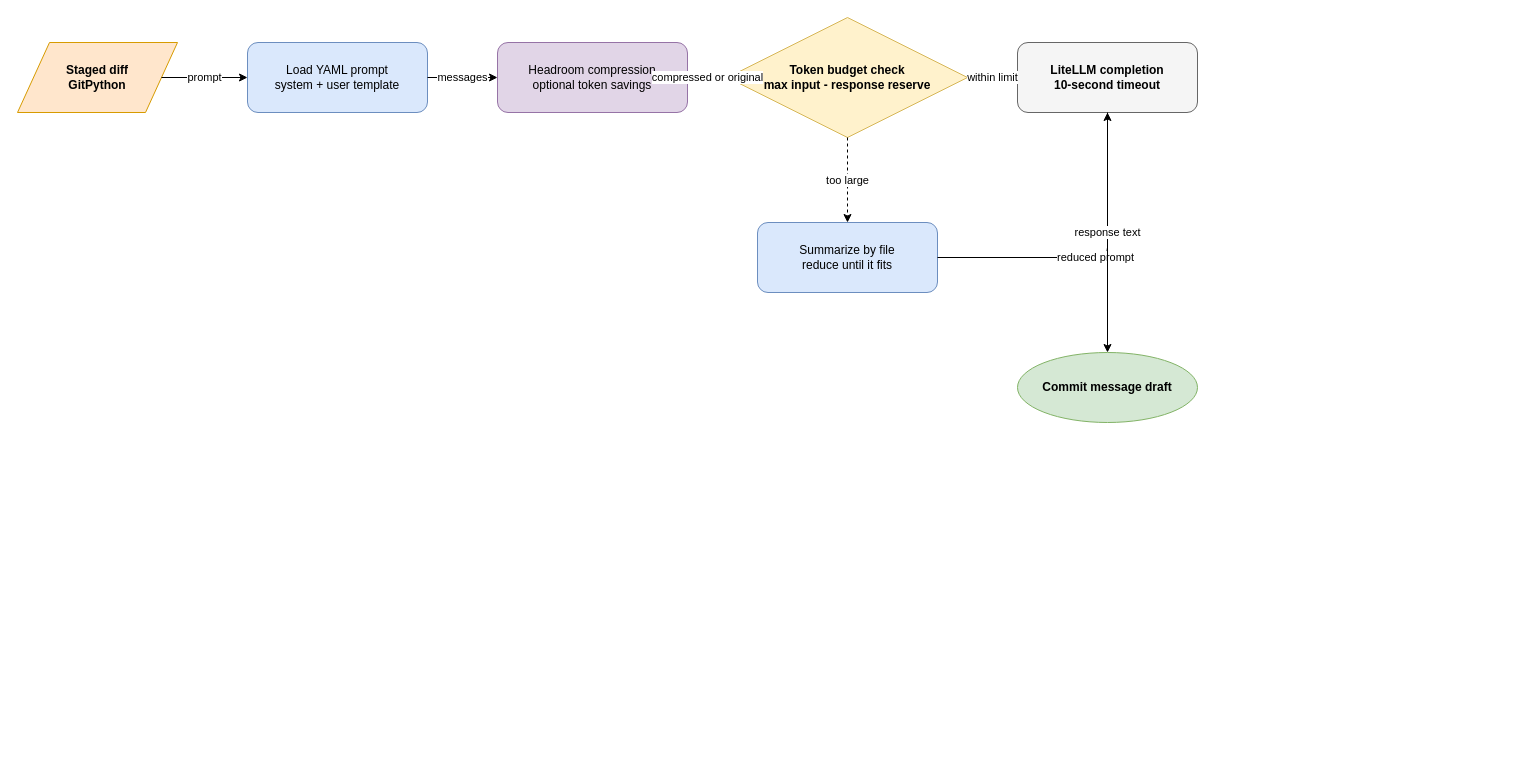
The draw.io diagram docs/assets/diagrams/prompt-pipeline.drawio in electrocucaracha/ai-prepare-commit-msg, before the edit. Source tidied: cells renumbered, new cells numbered last; positions are measured from the earlier drawing's top-left corner, leaving out a move shared by most shapes. Both pictures are drawn from the tidied source at 100%, with x=0, y=0 at pixel (17, 17).
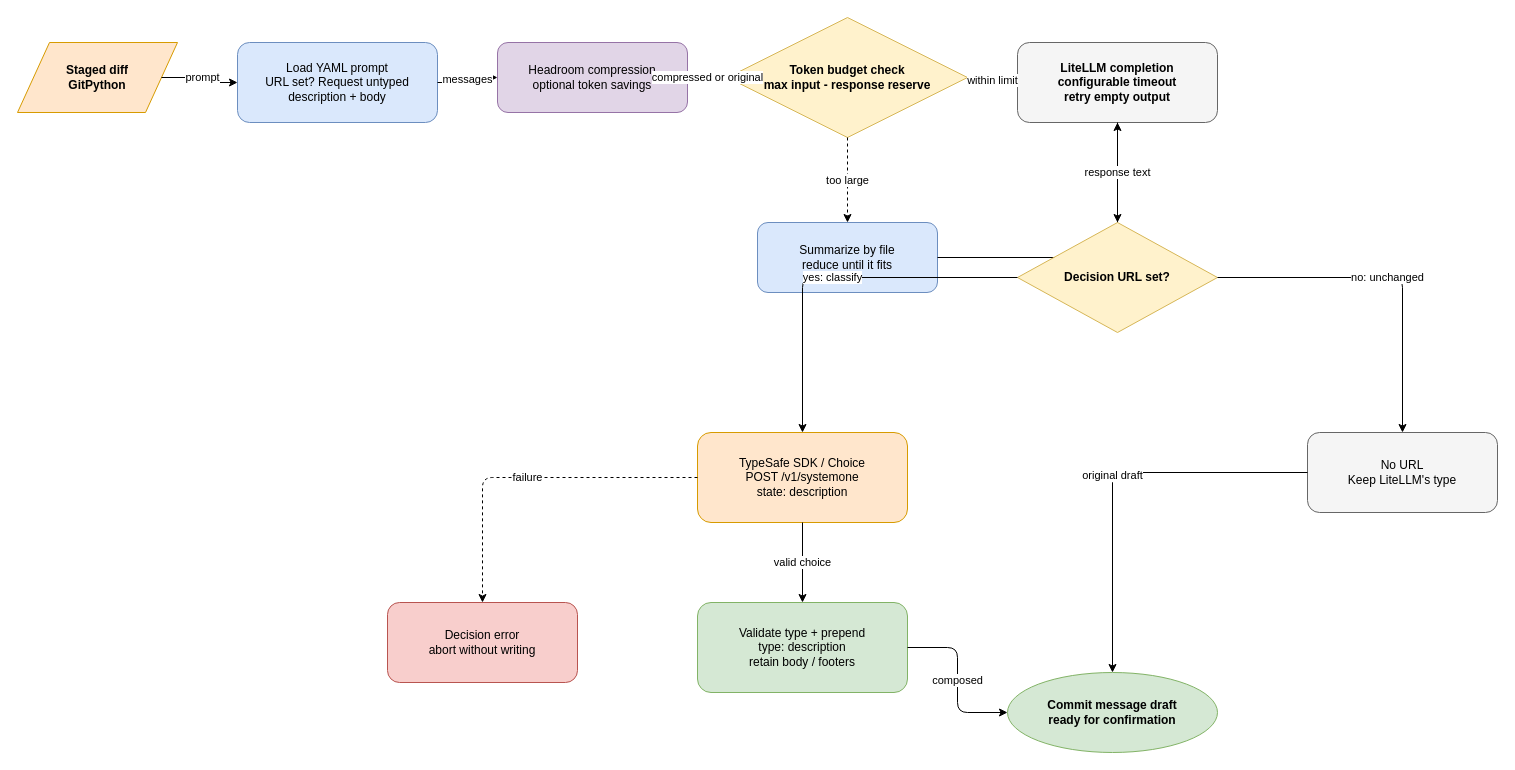
The same page after the edit.

Change to the diagram source:
```diff
@@
-    <mxCell id="3" value="Load YAML prompt&#10;system + user template" style="rounded=1;whiteSpace=wrap;html=1;fillColor=#dae8fc;strokeColor=#6c8ebf;" parent="1" vertex="1">
-      <mxGeometry x="230" y="25" width="180" height="70" as="geometry" />
+    <mxCell id="3" value="Load YAML prompt&#10;URL set? Request untyped&#10;description + body" style="rounded=1;whiteSpace=wrap;html=1;fillColor=#dae8fc;strokeColor=#6c8ebf;" parent="1" vertex="1">
+      <mxGeometry x="220" y="25" width="200" height="80" as="geometry" />
     </mxCell>
@@
-    <mxCell id="7" value="LiteLLM completion&#10;10-second timeout" style="rounded=1;whiteSpace=wrap;html=1;fillColor=#f5f5f5;strokeColor=#666666;fontStyle=1;" parent="1" vertex="1">
-      <mxGeometry x="1000" y="25" width="180" height="70" as="geometry" />
+    <mxCell id="7" value="LiteLLM completion&#10;configurable timeout&#10;retry empty output" style="rounded=1;whiteSpace=wrap;html=1;fillColor=#f5f5f5;strokeColor=#666666;fontStyle=1;" parent="1" vertex="1">
+      <mxGeometry x="1000" y="25" width="200" height="80" as="geometry" />
     </mxCell>
-    <mxCell id="8" value="Commit message draft" style="ellipse;whiteSpace=wrap;html=1;fillColor=#d5e8d4;strokeColor=#82b366;fontStyle=1;" parent="1" vertex="1">
-      <mxGeometry x="1000" y="335" width="180" height="70" as="geometry" />
+    <mxCell id="8" value="Commit message draft&#10;ready for confirmation" style="ellipse;whiteSpace=wrap;html=1;fillColor=#d5e8d4;strokeColor=#82b366;fontStyle=1;" parent="1" vertex="1">
+      <mxGeometry x="990" y="655" width="210" height="80" as="geometry" />
     </mxCell>
@@
-    <mxCell id="15" value="response text" style="edgeStyle=orthogonalEdgeStyle;rounded=1;jettySize=auto;html=1;" parent="1" edge="1" source="7" target="8">
+    <mxCell id="15" value="response text" style="edgeStyle=orthogonalEdgeStyle;rounded=1;jettySize=auto;html=1;" parent="1" edge="1" source="7" target="16">
       <mxGeometry relative="1" as="geometry" />
     </mxCell>
+    <mxCell id="16" value="Decision URL set?" style="rhombus;whiteSpace=wrap;html=1;fillColor=#fff2cc;strokeColor=#d6b656;fontStyle=1;" parent="1" vertex="1">
+      <mxGeometry x="1000" y="205" width="200" height="110" as="geometry" />
+    </mxCell>
+    <mxCell id="17" value="TypeSafe SDK / Choice&#10;POST /v1/systemone&#10;state: description" style="rounded=1;whiteSpace=wrap;html=1;fillColor=#ffe6cc;strokeColor=#d79b00;" parent="1" vertex="1">
+      <mxGeometry x="680" y="415" width="210" height="90" as="geometry" />
+    </mxCell>
+    <mxCell id="18" value="No URL&#10;Keep LiteLLM's type" style="rounded=1;whiteSpace=wrap;html=1;fillColor=#f5f5f5;strokeColor=#666666;" parent="1" vertex="1">
+      <mxGeometry x="1290" y="415" width="190" height="80" as="geometry" />
+    </mxCell>
+    <mxCell id="19" value="Validate type + prepend&#10;type: description&#10;retain body / footers" style="rounded=1;whiteSpace=wrap;html=1;fillColor=#d5e8d4;strokeColor=#82b366;" parent="1" vertex="1">
+      <mxGeometry x="680" y="585" width="210" height="90" as="geometry" />
+    </mxCell>
+    <mxCell id="20" value="Decision error&#10;abort without writing" style="rounded=1;whiteSpace=wrap;html=1;fillColor=#f8cecc;strokeColor=#b85450;" parent="1" vertex="1">
+      <mxGeometry x="370" y="585" width="190" height="80" as="geometry" />
+    </mxCell>
+    <mxCell id="21" value="yes: classify" style="edgeStyle=orthogonalEdgeStyle;rounded=1;jettySize=auto;html=1;" parent="1" edge="1" source="16" target="17">
+      <mxGeometry relative="1" as="geometry" />
+    </mxCell>
+    <mxCell id="22" value="no: unchanged" style="edgeStyle=orthogonalEdgeStyle;rounded=1;jettySize=auto;html=1;" parent="1" edge="1" source="16" target="18">
+      <mxGeometry relative="1" as="geometry" />
+    </mxCell>
+    <mxCell id="23" value="valid choice" style="edgeStyle=orthogonalEdgeStyle;rounded=1;jettySize=auto;html=1;" parent="1" edge="1" source="17" target="19">
+      <mxGeometry relative="1" as="geometry" />
+    </mxCell>
+    <mxCell id="24" value="composed" style="edgeStyle=orthogonalEdgeStyle;rounded=1;jettySize=auto;html=1;" parent="1" edge="1" source="19" target="8">
+      <mxGeometry relative="1" as="geometry" />
+    </mxCell>
+    <mxCell id="25" value="original draft" style="edgeStyle=orthogonalEdgeStyle;rounded=1;jettySize=auto;html=1;" parent="1" edge="1" source="18" target="8">
+      <mxGeometry relative="1" as="geometry" />
+    </mxCell>
+    <mxCell id="26" value="failure" style="edgeStyle=orthogonalEdgeStyle;rounded=1;jettySize=auto;html=1;dashed=1;" parent="1" edge="1" source="17" target="20">
+      <mxGeometry relative="1" as="geometry" />
+    </mxCell>
```
